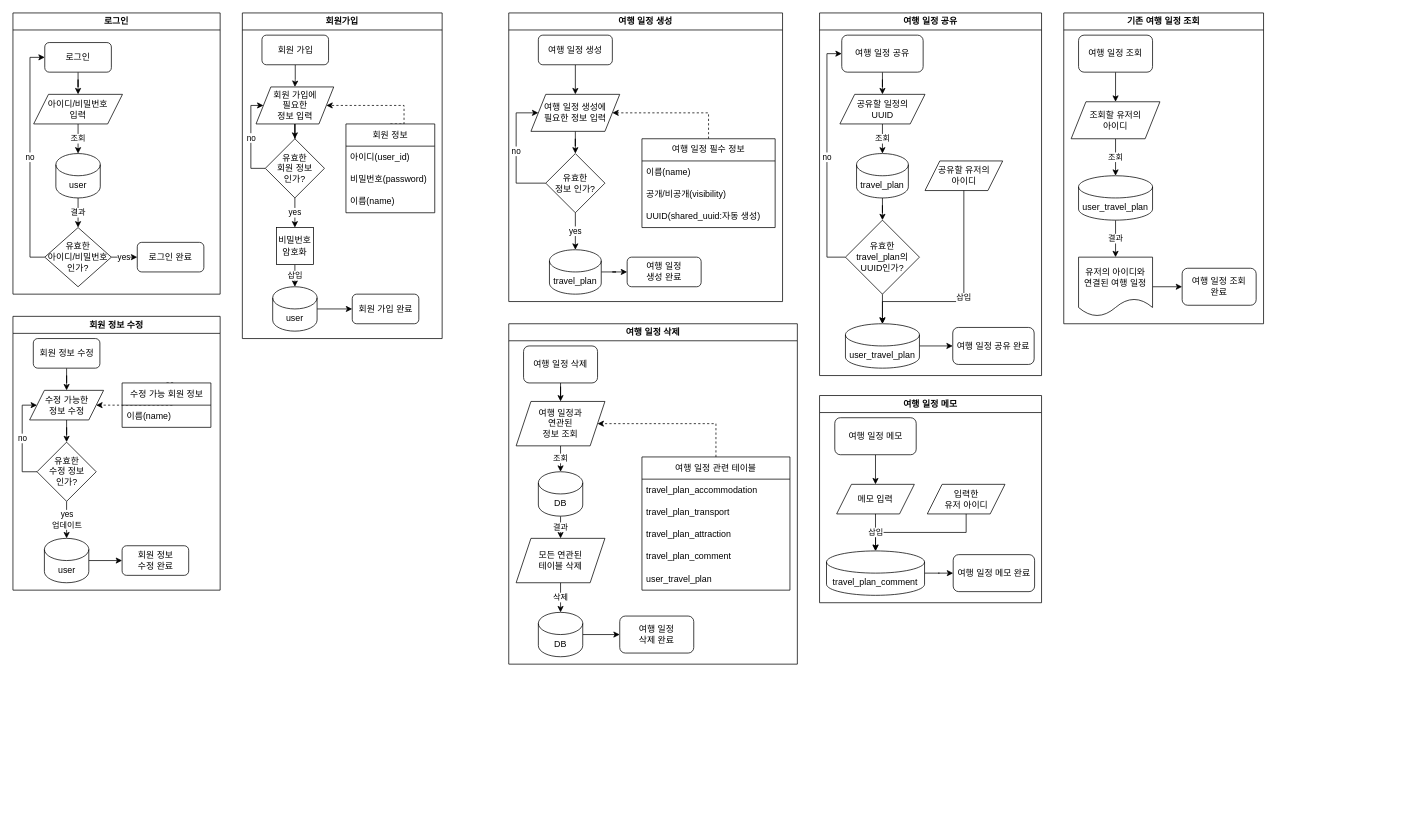
The draw.io diagram trivista/자료/trivista_flowchart_V2.drawio in Ju-S/TIL_KDT, before the edit. Source tidied: cells renumbered, new cells numbered last; positions are measured from the earlier drawing's top-left corner, leaving out a move shared by most shapes. Both pictures are drawn from the tidied source at 74%, with x=0, y=0 at pixel (13, 13).
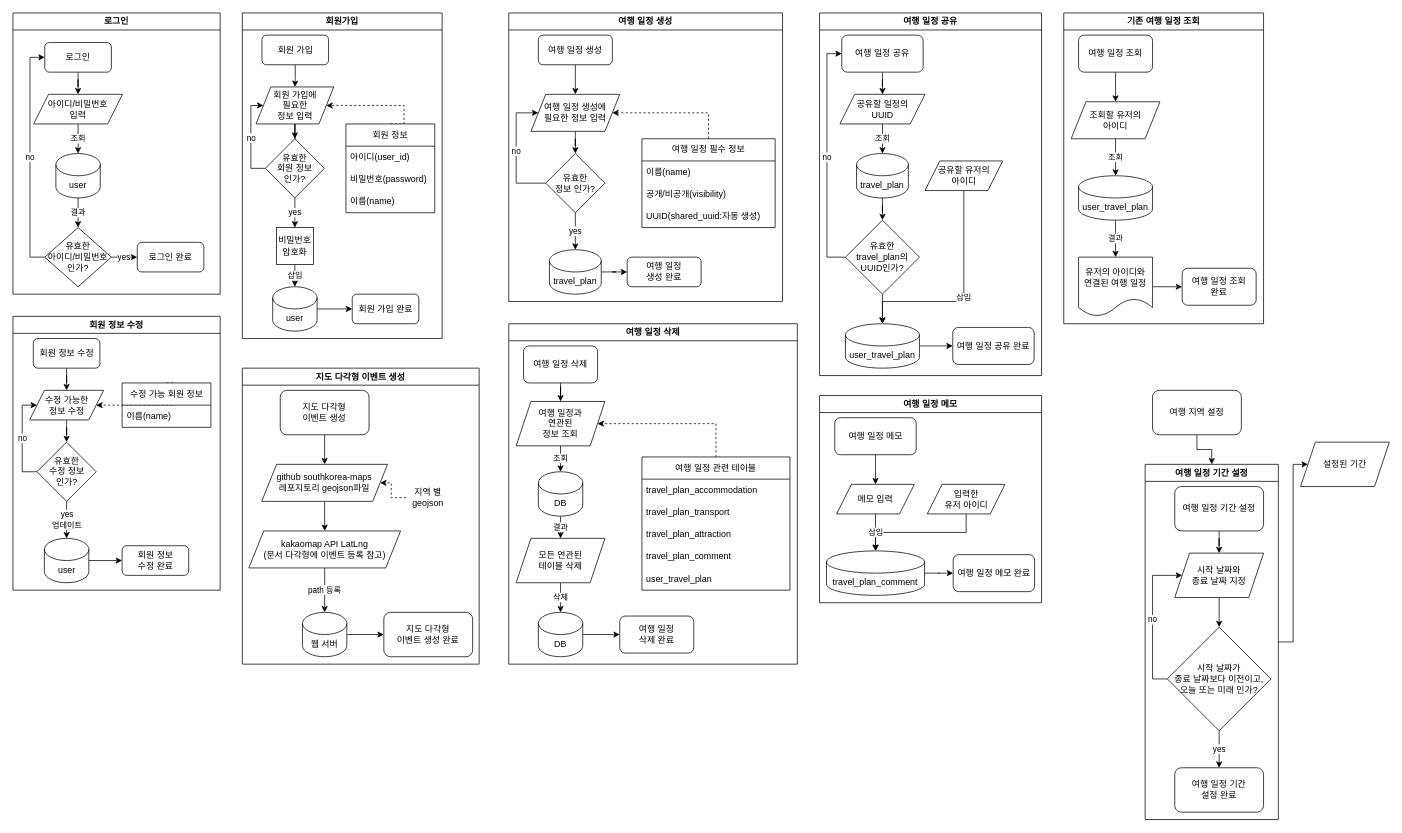
After the change.

What changed in the source:
```diff
@@
+    <mxCell id="115" style="edgeStyle=orthogonalEdgeStyle;rounded=0;jettySize=auto;html=1;" parent="1" edge="1" source="116" target="139">
+      <mxGeometry relative="1" as="geometry" />
+    </mxCell>
+    <mxCell id="116" value="여행 일정 기간 설정" style="swimlane;whiteSpace=wrap;html=1;" parent="1" vertex="1">
+      <mxGeometry x="1530" y="610" width="180" height="480" as="geometry" />
+    </mxCell>
+    <mxCell id="117" style="edgeStyle=orthogonalEdgeStyle;rounded=0;jettySize=auto;html=1;" parent="116" edge="1" source="118" target="120">
+      <mxGeometry relative="1" as="geometry" />
+    </mxCell>
+    <mxCell id="118" value="여행 일정 기간 설정" style="rounded=1;whiteSpace=wrap;html=1;" parent="116" vertex="1">
+      <mxGeometry x="40" y="30" width="120" height="60" as="geometry" />
+    </mxCell>
+    <mxCell id="119" style="edgeStyle=orthogonalEdgeStyle;rounded=0;jettySize=auto;html=1;" parent="116" edge="1" source="120" target="123">
+      <mxGeometry relative="1" as="geometry" />
+    </mxCell>
+    <mxCell id="120" value="시작 날짜와&lt;div&gt;종료 날짜 지정&lt;/div&gt;" style="shape=parallelogram;perimeter=parallelogramPerimeter;whiteSpace=wrap;html=1;fixedSize=1;" parent="116" vertex="1">
+      <mxGeometry x="40" y="120" width="120" height="60" as="geometry" />
+    </mxCell>
+    <mxCell id="121" value="no" style="edgeStyle=orthogonalEdgeStyle;rounded=0;jettySize=auto;html=1;exitX=0;exitY=0.5;exitDx=0;exitDy=0;entryX=0;entryY=0.5;entryDx=0;entryDy=0;" parent="116" edge="1" source="123" target="120">
+      <mxGeometry relative="1" as="geometry">
+        <Array as="points">
+          <mxPoint x="10" y="290" />
+          <mxPoint x="10" y="150" />
+        </Array>
+      </mxGeometry>
+    </mxCell>
+    <mxCell id="122" value="yes" style="edgeStyle=orthogonalEdgeStyle;rounded=0;jettySize=auto;html=1;" parent="116" edge="1" source="123" target="124">
+      <mxGeometry relative="1" as="geometry" />
+    </mxCell>
+    <mxCell id="123" value="시작 날짜가&lt;div&gt;종료 날짜보다 이전이고,&lt;/div&gt;&lt;div&gt;오늘 또는 미래 인가?&lt;/div&gt;" style="rhombus;whiteSpace=wrap;html=1;" parent="116" vertex="1">
+      <mxGeometry x="30" y="220" width="140" height="140" as="geometry" />
+    </mxCell>
+    <mxCell id="124" value="여행 일정 기간&lt;div&gt;설정 완료&lt;/div&gt;" style="rounded=1;whiteSpace=wrap;html=1;" parent="116" vertex="1">
+      <mxGeometry x="40" y="410" width="120" height="60" as="geometry" />
+    </mxCell>
+    <mxCell id="125" style="edgeStyle=orthogonalEdgeStyle;rounded=0;jettySize=auto;html=1;exitX=0.5;exitY=1;exitDx=0;exitDy=0;entryX=0.5;entryY=0;entryDx=0;entryDy=0;" parent="1" edge="1" source="126" target="116">
+      <mxGeometry relative="1" as="geometry" />
+    </mxCell>
+    <mxCell id="126" value="여행 지역 설정" style="rounded=1;whiteSpace=wrap;html=1;" parent="1" vertex="1">
+      <mxGeometry x="1540" y="510" width="120" height="60" as="geometry" />
+    </mxCell>
+    <mxCell id="127" value="지도 다각형 이벤트 생성" style="swimlane;whiteSpace=wrap;html=1;" parent="1" vertex="1">
+      <mxGeometry x="310" y="480" width="320" height="400" as="geometry" />
+    </mxCell>
+    <mxCell id="128" style="edgeStyle=orthogonalEdgeStyle;rounded=0;jettySize=auto;html=1;" parent="127" edge="1" source="129" target="131">
+      <mxGeometry relative="1" as="geometry" />
+    </mxCell>
+    <mxCell id="129" value="지도 다각형&lt;div&gt;이벤트 생성&lt;/div&gt;" style="rounded=1;whiteSpace=wrap;html=1;" parent="127" vertex="1">
+      <mxGeometry x="51.2" y="30" width="120" height="60" as="geometry" />
+    </mxCell>
+    <mxCell id="130" style="edgeStyle=orthogonalEdgeStyle;rounded=0;jettySize=auto;html=1;" parent="127" edge="1" source="131" target="133">
+      <mxGeometry relative="1" as="geometry" />
+    </mxCell>
+    <mxCell id="131" value="github southkorea-maps&lt;div&gt;레포지토리 geojson파일&lt;/div&gt;" style="shape=parallelogram;perimeter=parallelogramPerimeter;whiteSpace=wrap;html=1;fixedSize=1;" parent="127" vertex="1">
+      <mxGeometry x="26.2" y="130" width="170" height="50" as="geometry" />
+    </mxCell>
+    <mxCell id="132" value="path 등록" style="edgeStyle=orthogonalEdgeStyle;rounded=0;jettySize=auto;html=1;" parent="127" edge="1" source="133" target="137">
+      <mxGeometry relative="1" as="geometry" />
+    </mxCell>
+    <mxCell id="133" value="kakaomap API&amp;nbsp;&lt;span style=&quot;background-color: transparent; color: light-dark(rgb(0, 0, 0), rgb(255, 255, 255));&quot;&gt;LatLng&lt;/span&gt;&lt;div&gt;(문서 다각형에 이벤트 등록 참고)&lt;/div&gt;" style="shape=parallelogram;perimeter=parallelogramPerimeter;whiteSpace=wrap;html=1;fixedSize=1;" parent="127" vertex="1">
+      <mxGeometry x="8.8" y="220" width="205" height="50" as="geometry" />
+    </mxCell>
+    <mxCell id="134" style="edgeStyle=orthogonalEdgeStyle;rounded=0;jettySize=auto;html=1;entryX=1;entryY=0.5;entryDx=0;entryDy=0;dashed=1;" parent="127" edge="1" source="135" target="131">
+      <mxGeometry relative="1" as="geometry" />
+    </mxCell>
+    <mxCell id="135" value="지역 별 geojson" style="text;html=1;align=center;verticalAlign=middle;whiteSpace=wrap;rounded=0;" parent="127" vertex="1">
+      <mxGeometry x="221.2" y="160" width="60" height="30" as="geometry" />
+    </mxCell>
+    <mxCell id="136" style="edgeStyle=orthogonalEdgeStyle;rounded=0;jettySize=auto;html=1;" parent="127" edge="1" source="137" target="138">
+      <mxGeometry relative="1" as="geometry" />
+    </mxCell>
+    <mxCell id="137" value="웹 서버" style="shape=cylinder3;whiteSpace=wrap;html=1;boundedLbl=1;backgroundOutline=1;size=15;" parent="127" vertex="1">
+      <mxGeometry x="81.2" y="330" width="60" height="60" as="geometry" />
+    </mxCell>
+    <mxCell id="138" value="지도 다각형&lt;div&gt;이벤트 생성 완료&lt;/div&gt;" style="rounded=1;whiteSpace=wrap;html=1;" parent="127" vertex="1">
+      <mxGeometry x="191.2" y="330" width="120" height="60" as="geometry" />
+    </mxCell>
+    <mxCell id="139" value="설정된 기간" style="shape=parallelogram;perimeter=parallelogramPerimeter;whiteSpace=wrap;html=1;fixedSize=1;fontStyle=0;startSize=23;" parent="1" vertex="1">
+      <mxGeometry x="1740" y="580" width="120" height="60" as="geometry" />
+    </mxCell>
```
